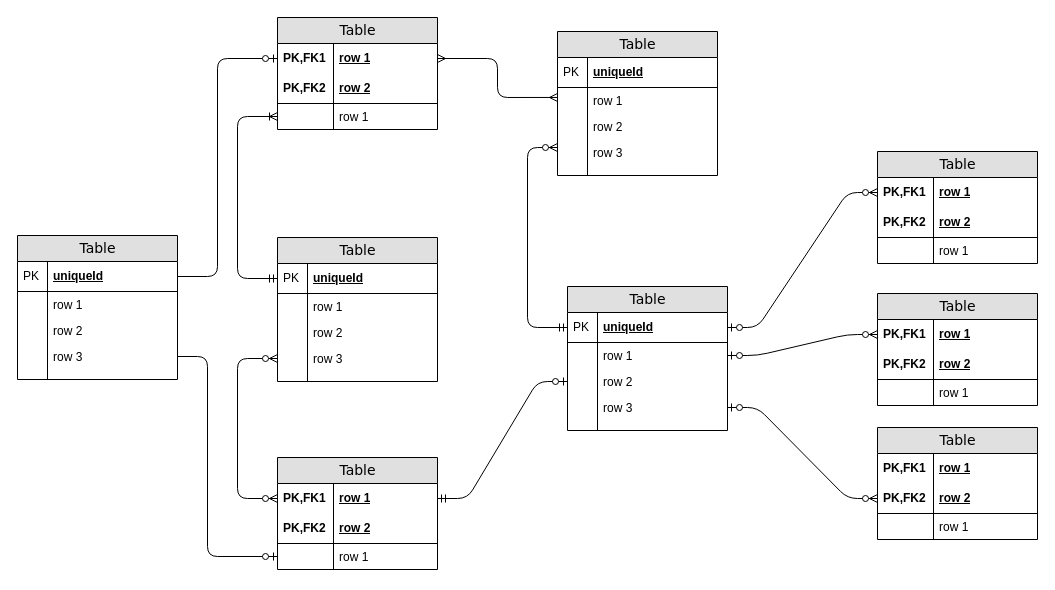
Earlier version of the draw.io diagram DataBase/Диаграмма без названия.drawio (Zireael239/---). Source tidied: cells renumbered, new cells numbered last; positions are measured from the earlier drawing's top-left corner, leaving out a move shared by most shapes. Both pictures are drawn from the tidied source at 100%, with x=0, y=0 at pixel (17, 17).
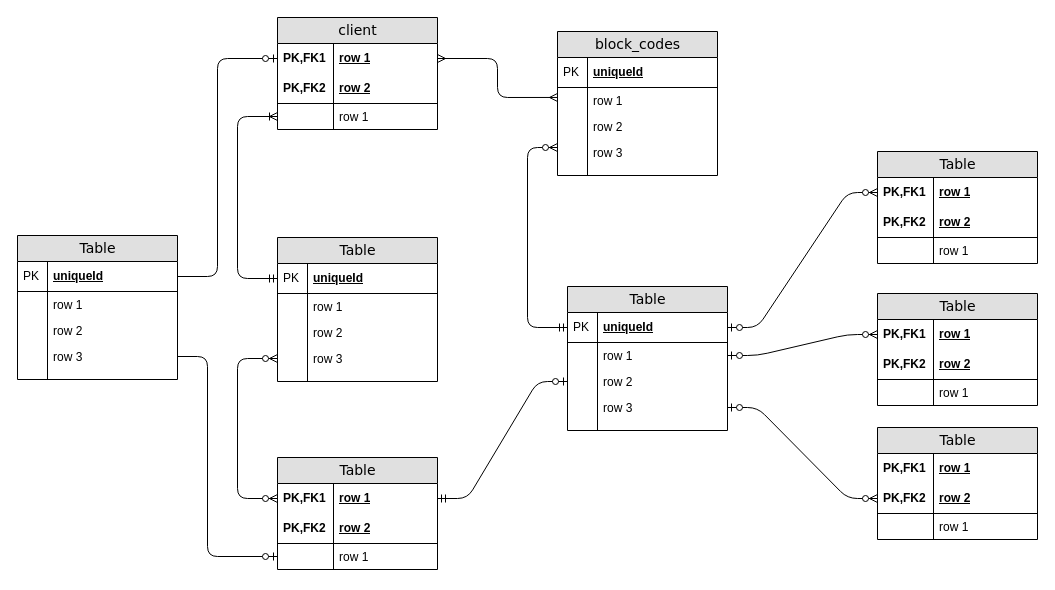
Above is the later version.

Change to the diagram source:
```diff
@@
-    <mxCell id="2" value="Table" style="swimlane;html=1;fontStyle=0;horizontal=1;startSize=26;fillColor=#e0e0e0;swimlaneFillColor=#ffffff;align=center;rounded=0;shadow=0;comic=0;labelBackgroundColor=none;strokeWidth=1;fontFamily=Verdana;fontSize=14;" parent="1" vertex="1">
+    <mxCell id="2" value="client" style="swimlane;html=1;fontStyle=0;horizontal=1;startSize=26;fillColor=#e0e0e0;swimlaneFillColor=#ffffff;align=center;rounded=0;shadow=0;comic=0;labelBackgroundColor=none;strokeWidth=1;fontFamily=Verdana;fontSize=14;" parent="1" vertex="1">
       <mxGeometry x="260" width="160" height="112" as="geometry" />
     </mxCell>
@@
-    <mxCell id="9" value="Table" style="swimlane;html=1;fontStyle=0;horizontal=1;startSize=26;fillColor=#e0e0e0;swimlaneFillColor=#ffffff;align=center;rounded=0;shadow=0;comic=0;labelBackgroundColor=none;strokeWidth=1;fontFamily=Verdana;fontSize=14;swimlaneLine=1;" parent="1" vertex="1">
+    <mxCell id="9" value="block_codes" style="swimlane;html=1;fontStyle=0;horizontal=1;startSize=26;fillColor=#e0e0e0;swimlaneFillColor=#ffffff;align=center;rounded=0;shadow=0;comic=0;labelBackgroundColor=none;strokeWidth=1;fontFamily=Verdana;fontSize=14;swimlaneLine=1;" parent="1" vertex="1">
       <mxGeometry x="540" y="14" width="160" height="144" as="geometry" />
     </mxCell>
```
